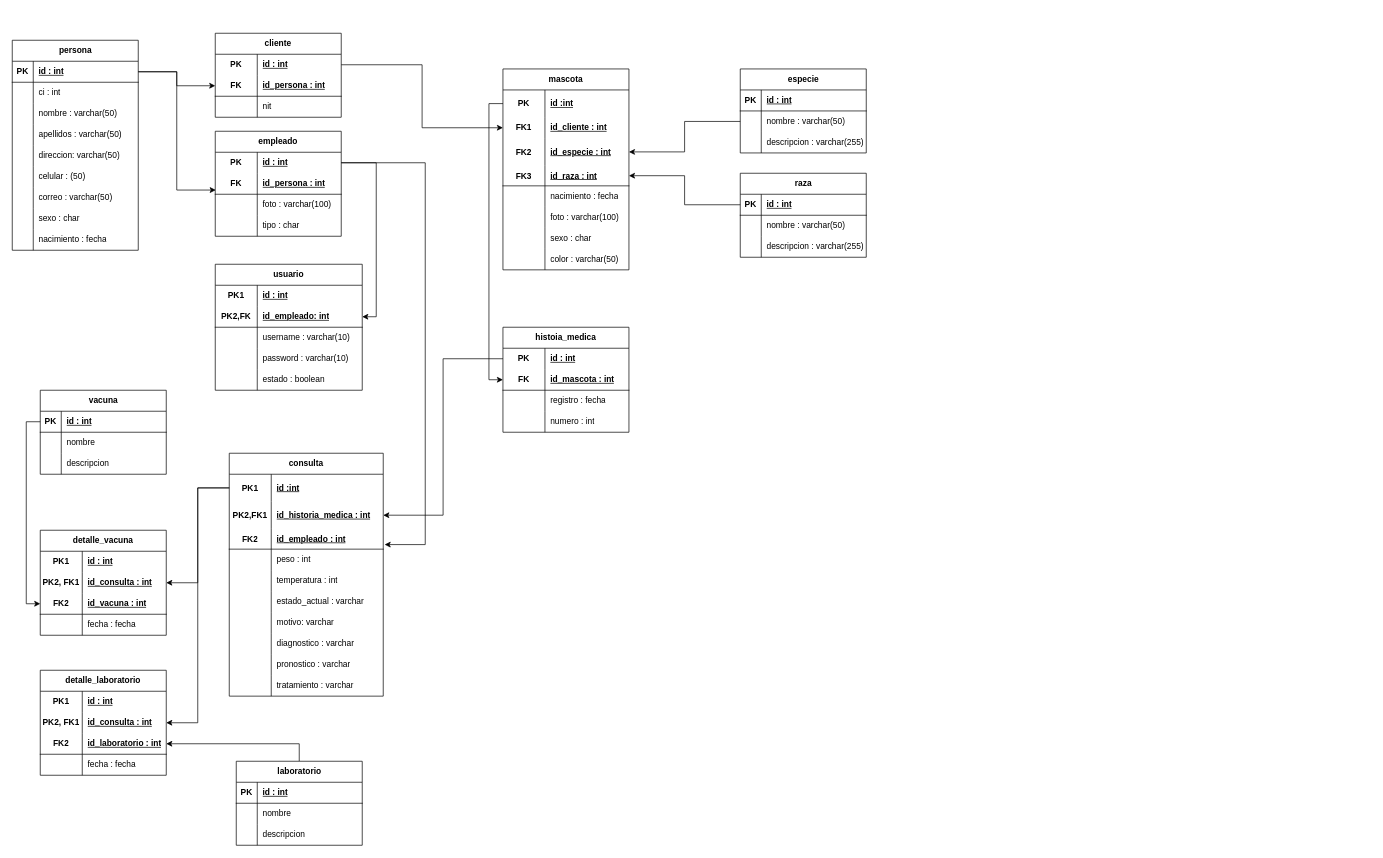
Before: page "Page-1" (1 of 2) of Diagrama sin título.drawio in szubelza93/software, a draw.io diagram. Source tidied: cells renumbered, new cells numbered last; positions are measured from the earlier drawing's top-left corner, leaving out a move shared by most shapes. Both pictures are drawn from the tidied source at 70%, with x=0, y=0 at pixel (12, 33).
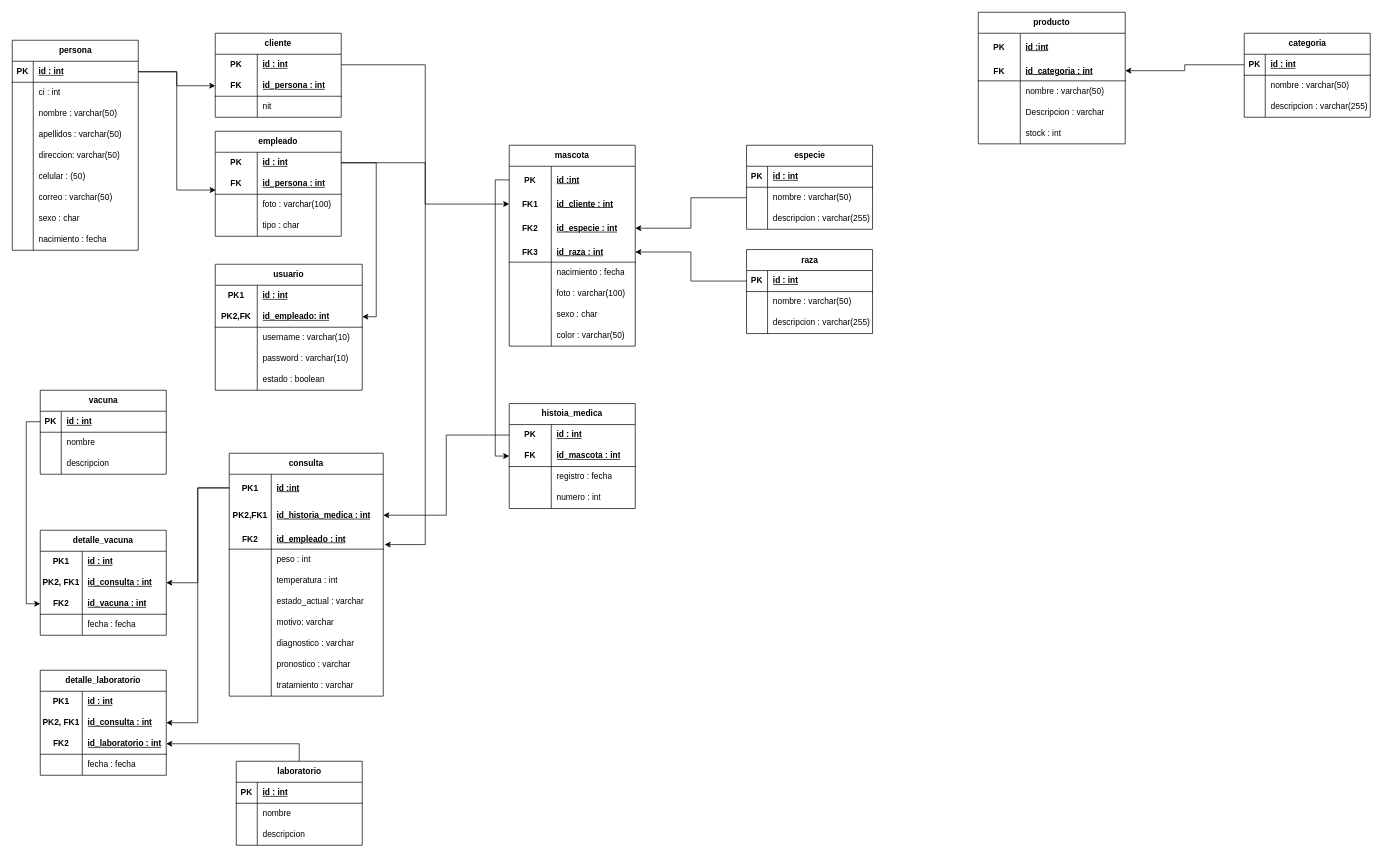
The same diagram, later.

What changed in the source:
```diff
@@
     <mxCell id="72" value="mascota" style="shape=table;startSize=30;childLayout=tableLayout;rowLines=0;fontStyle=1;align=center;html=1;whiteSpace=wrap;" parent="1" vertex="1">
-      <mxGeometry x="701" y="51" width="180" height="287" as="geometry" />
+      <mxGeometry x="710" y="160" width="180" height="287" as="geometry" />
     </mxCell>
@@
     <mxCell id="98" value="especie" style="shape=table;startSize=30;childLayout=tableLayout;rowLines=0;fontStyle=1;align=center;html=1;" parent="1" vertex="1">
-      <mxGeometry x="1040" y="51" width="180" height="120" as="geometry" />
+      <mxGeometry x="1049" y="160" width="180" height="120" as="geometry" />
     </mxCell>
@@
     <mxCell id="108" value="raza" style="shape=table;startSize=30;childLayout=tableLayout;rowLines=0;fontStyle=1;align=center;html=1;" parent="1" vertex="1">
-      <mxGeometry x="1040" y="200" width="180" height="120" as="geometry" />
+      <mxGeometry x="1049" y="309" width="180" height="120" as="geometry" />
     </mxCell>
@@
     <mxCell id="120" value="histoia_medica" style="shape=table;startSize=30;childLayout=tableLayout;rowLines=0;fontStyle=1;align=center;html=1;whiteSpace=wrap;" parent="1" vertex="1">
-      <mxGeometry x="701" y="420" width="180" height="150" as="geometry" />
+      <mxGeometry x="710" y="529" width="180" height="150" as="geometry" />
     </mxCell>
@@
+    <mxCell id="217" value="categoria" style="shape=table;startSize=30;childLayout=tableLayout;rowLines=0;fontStyle=1;align=center;html=1;" parent="1" vertex="1">
+      <mxGeometry x="1760" width="180" height="120" as="geometry" />
+    </mxCell>
+    <mxCell id="218" style="shape=tableRow;horizontal=0;startSize=0;swimlaneHead=0;swimlaneBody=0;fillColor=none;points=[[0,0.5],[1,0.5]];portConstraint=eastwest;top=0;left=0;right=0;bottom=1;" parent="217" vertex="1">
+      <mxGeometry y="30" width="180" height="30" as="geometry" />
+    </mxCell>
+    <mxCell id="219" value="PK" style="shape=partialRectangle;fillColor=none;top=0;left=0;bottom=0;right=0;fontStyle=1;overflow=hidden;whiteSpace=wrap;html=1;" parent="218" vertex="1">
+      <mxGeometry width="30" height="30" as="geometry" />
+    </mxCell>
+    <mxCell id="220" value="id : int" style="shape=partialRectangle;fillColor=none;top=0;left=0;bottom=0;right=0;align=left;spacingLeft=6;fontStyle=5;overflow=hidden;whiteSpace=wrap;html=1;" parent="218" vertex="1">
+      <mxGeometry x="30" width="150" height="30" as="geometry" />
+    </mxCell>
+    <mxCell id="221" style="shape=tableRow;horizontal=0;startSize=0;swimlaneHead=0;swimlaneBody=0;fillColor=none;top=0;left=0;right=0;bottom=0;" parent="217" vertex="1">
+      <mxGeometry y="60" width="180" height="30" as="geometry" />
+    </mxCell>
+    <mxCell id="222" style="shape=partialRectangle;fillColor=none;top=0;left=0;bottom=0;right=0;overflow=hidden;whiteSpace=wrap;html=1;" parent="221" vertex="1">
+      <mxGeometry width="30" height="30" as="geometry" />
+    </mxCell>
+    <mxCell id="223" value="nombre : varchar(50)" style="shape=partialRectangle;fillColor=none;top=0;left=0;bottom=0;right=0;align=left;spacingLeft=6;overflow=hidden;whiteSpace=wrap;html=1;" parent="221" vertex="1">
+      <mxGeometry x="30" width="150" height="30" as="geometry" />
+    </mxCell>
+    <mxCell id="224" style="shape=tableRow;horizontal=0;startSize=0;swimlaneHead=0;swimlaneBody=0;fillColor=none;top=0;left=0;right=0;bottom=0;" parent="217" vertex="1">
+      <mxGeometry y="90" width="180" height="30" as="geometry" />
+    </mxCell>
+    <mxCell id="225" style="shape=partialRectangle;fillColor=none;top=0;left=0;bottom=0;right=0;overflow=hidden;whiteSpace=wrap;html=1;" parent="224" vertex="1">
+      <mxGeometry width="30" height="30" as="geometry" />
+    </mxCell>
+    <mxCell id="226" value="descripcion : varchar(255)" style="shape=partialRectangle;fillColor=none;top=0;left=0;bottom=0;right=0;align=left;spacingLeft=6;overflow=hidden;whiteSpace=wrap;html=1;" parent="224" vertex="1">
+      <mxGeometry x="30" width="150" height="30" as="geometry" />
+    </mxCell>
+    <mxCell id="227" value="producto" style="shape=table;startSize=30;childLayout=tableLayout;rowLines=0;fontStyle=1;align=center;html=1;whiteSpace=wrap;" parent="1" vertex="1">
+      <mxGeometry x="1380" y="-30" width="210" height="188" as="geometry" />
+    </mxCell>
+    <mxCell id="228" style="shape=tableRow;horizontal=0;startSize=0;swimlaneHead=0;swimlaneBody=0;fillColor=none;top=0;left=0;right=0;bottom=0;html=1;" parent="227" vertex="1">
+      <mxGeometry y="30" width="210" height="39" as="geometry" />
+    </mxCell>
+    <mxCell id="229" value="PK" style="shape=partialRectangle;fillColor=none;top=0;left=0;bottom=0;right=0;fontStyle=1;overflow=hidden;html=1;whiteSpace=wrap;" parent="228" vertex="1">
+      <mxGeometry width="60" height="39" as="geometry" />
+    </mxCell>
+    <mxCell id="230" value="id :int" style="shape=partialRectangle;fillColor=none;top=0;left=0;bottom=0;right=0;align=left;spacingLeft=6;fontStyle=5;overflow=hidden;html=1;whiteSpace=wrap;" parent="228" vertex="1">
+      <mxGeometry x="60" width="150" height="39" as="geometry" />
+    </mxCell>
+    <mxCell id="231" style="shape=tableRow;horizontal=0;startSize=0;swimlaneHead=0;swimlaneBody=0;fillColor=none;points=[[0,0.5],[1,0.5]];portConstraint=eastwest;top=0;left=0;right=0;bottom=1;html=1;" parent="227" vertex="1">
+      <mxGeometry y="69" width="210" height="29" as="geometry" />
+    </mxCell>
+    <mxCell id="232" value="FK" style="shape=partialRectangle;fillColor=none;top=0;left=0;bottom=0;right=0;fontStyle=1;overflow=hidden;html=1;whiteSpace=wrap;" parent="231" vertex="1">
+      <mxGeometry width="60" height="29" as="geometry" />
+    </mxCell>
+    <mxCell id="233" value="id_categoria : int" style="shape=partialRectangle;fillColor=none;top=0;left=0;bottom=0;right=0;align=left;spacingLeft=6;fontStyle=5;overflow=hidden;html=1;whiteSpace=wrap;" parent="231" vertex="1">
+      <mxGeometry x="60" width="150" height="29" as="geometry" />
+    </mxCell>
+    <mxCell id="234" style="shape=tableRow;horizontal=0;startSize=0;swimlaneHead=0;swimlaneBody=0;fillColor=none;top=0;left=0;right=0;bottom=0;html=1;" parent="227" vertex="1">
+      <mxGeometry y="98" width="210" height="30" as="geometry" />
+    </mxCell>
+    <mxCell id="235" style="shape=partialRectangle;fillColor=none;top=0;left=0;bottom=0;right=0;overflow=hidden;html=1;whiteSpace=wrap;" parent="234" vertex="1">
+      <mxGeometry width="60" height="30" as="geometry" />
+    </mxCell>
+    <mxCell id="236" value="nombre : varchar(50)" style="shape=partialRectangle;fillColor=none;top=0;left=0;bottom=0;right=0;align=left;spacingLeft=6;overflow=hidden;html=1;whiteSpace=wrap;" parent="234" vertex="1">
+      <mxGeometry x="60" width="150" height="30" as="geometry" />
+    </mxCell>
+    <mxCell id="237" style="shape=tableRow;horizontal=0;startSize=0;swimlaneHead=0;swimlaneBody=0;fillColor=none;top=0;left=0;right=0;bottom=0;html=1;" parent="227" vertex="1">
+      <mxGeometry y="128" width="210" height="30" as="geometry" />
+    </mxCell>
+    <mxCell id="238" style="shape=partialRectangle;fillColor=none;top=0;left=0;bottom=0;right=0;overflow=hidden;html=1;whiteSpace=wrap;" parent="237" vertex="1">
+      <mxGeometry width="60" height="30" as="geometry" />
+    </mxCell>
+    <mxCell id="239" value="Descripcion : varchar" style="shape=partialRectangle;fillColor=none;top=0;left=0;bottom=0;right=0;align=left;spacingLeft=6;overflow=hidden;html=1;whiteSpace=wrap;" parent="237" vertex="1">
+      <mxGeometry x="60" width="150" height="30" as="geometry" />
+    </mxCell>
+    <mxCell id="240" style="shape=tableRow;horizontal=0;startSize=0;swimlaneHead=0;swimlaneBody=0;fillColor=none;top=0;left=0;right=0;bottom=0;html=1;" parent="227" vertex="1">
+      <mxGeometry y="158" width="210" height="30" as="geometry" />
+    </mxCell>
+    <mxCell id="241" style="shape=partialRectangle;fillColor=none;top=0;left=0;bottom=0;right=0;overflow=hidden;html=1;whiteSpace=wrap;" parent="240" vertex="1">
+      <mxGeometry width="60" height="30" as="geometry" />
+    </mxCell>
+    <mxCell id="242" value="stock : int" style="shape=partialRectangle;fillColor=none;top=0;left=0;bottom=0;right=0;align=left;spacingLeft=6;overflow=hidden;html=1;whiteSpace=wrap;" parent="240" vertex="1">
+      <mxGeometry x="60" width="150" height="30" as="geometry" />
+    </mxCell>
+    <mxCell id="243" style="edgeStyle=orthogonalEdgeStyle;rounded=0;jettySize=auto;html=1;" parent="1" edge="1" source="218" target="231">
+      <mxGeometry relative="1" as="geometry" />
+    </mxCell>
```
